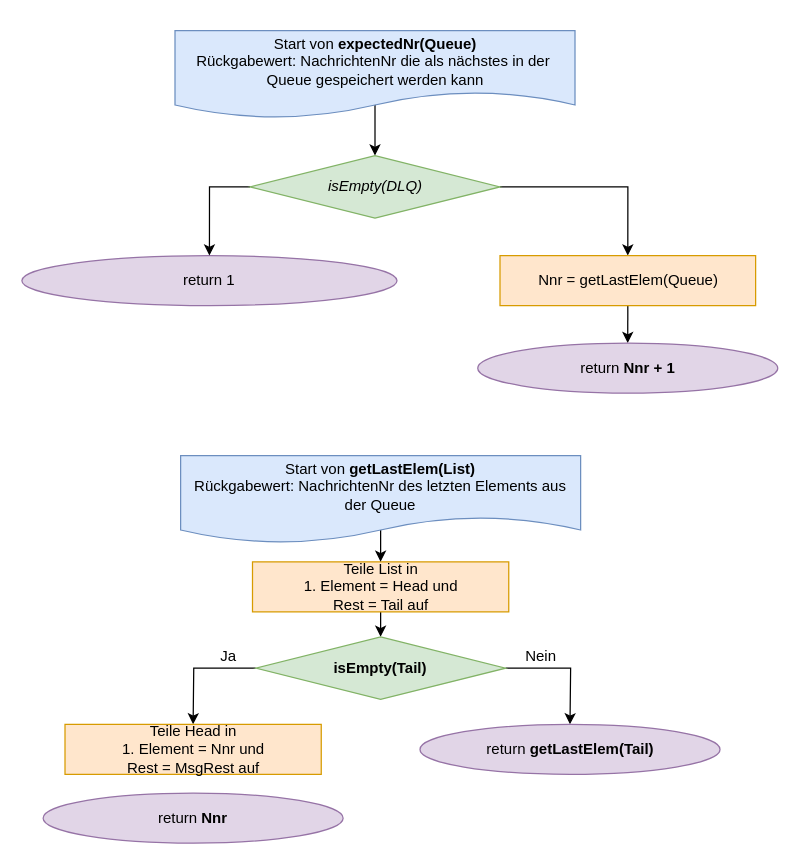
The draw.io diagram Grafiken:Bilder/draw.io/DLQ/3. expectedNr.drawio in krisschaaf/Hausarbeit_Erlang_Queues, before the edit. Source tidied: cells renumbered, new cells numbered last; positions are measured from the earlier drawing's top-left corner, leaving out a move shared by most shapes. Both pictures are drawn from the tidied source at 125%, with x=0, y=0 at pixel (21, 30).
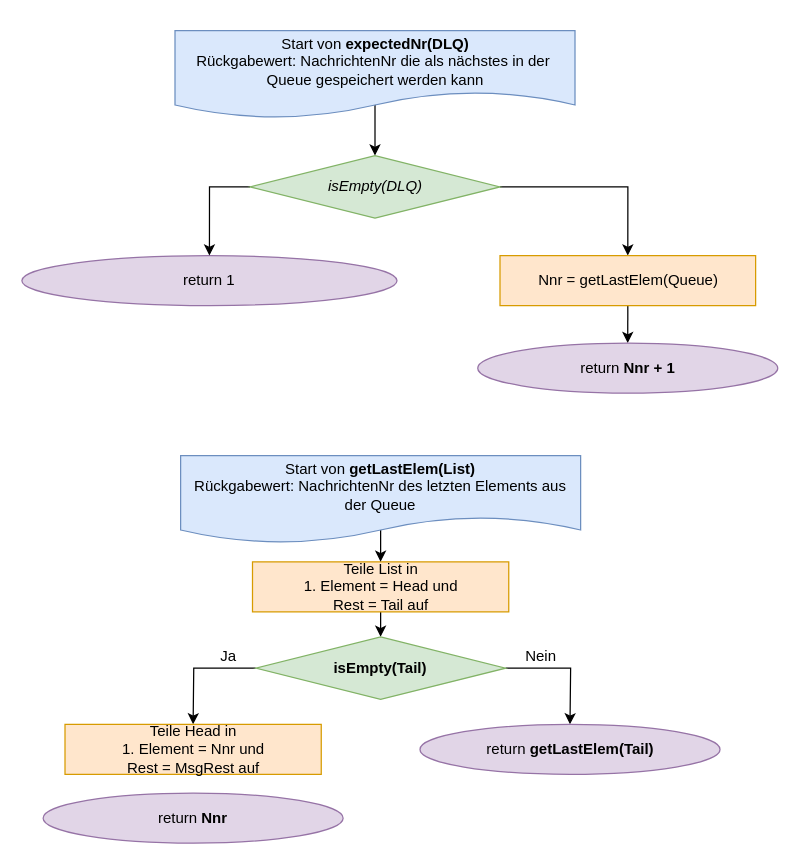
Above is the later version.

What changed in the source:
```diff
@@
-    <mxCell id="3" value="Start von &lt;b&gt;expectedNr(Queue)&lt;/b&gt;&lt;br&gt;Rückgabewert: NachrichtenNr die als nächstes in der&amp;nbsp; Queue gespeichert werden kann" style="shape=document;whiteSpace=wrap;html=1;boundedLbl=1;fillColor=#dae8fc;strokeColor=#6c8ebf;" parent="1" vertex="1">
+    <mxCell id="3" value="Start von &lt;b&gt;expectedNr(DLQ)&lt;/b&gt;&lt;br&gt;Rückgabewert: NachrichtenNr die als nächstes in der&amp;nbsp; Queue gespeichert werden kann" style="shape=document;whiteSpace=wrap;html=1;boundedLbl=1;fillColor=#dae8fc;strokeColor=#6c8ebf;" parent="1" vertex="1">
       <mxGeometry x="122.5" width="320" height="70" as="geometry" />
     </mxCell>
```
